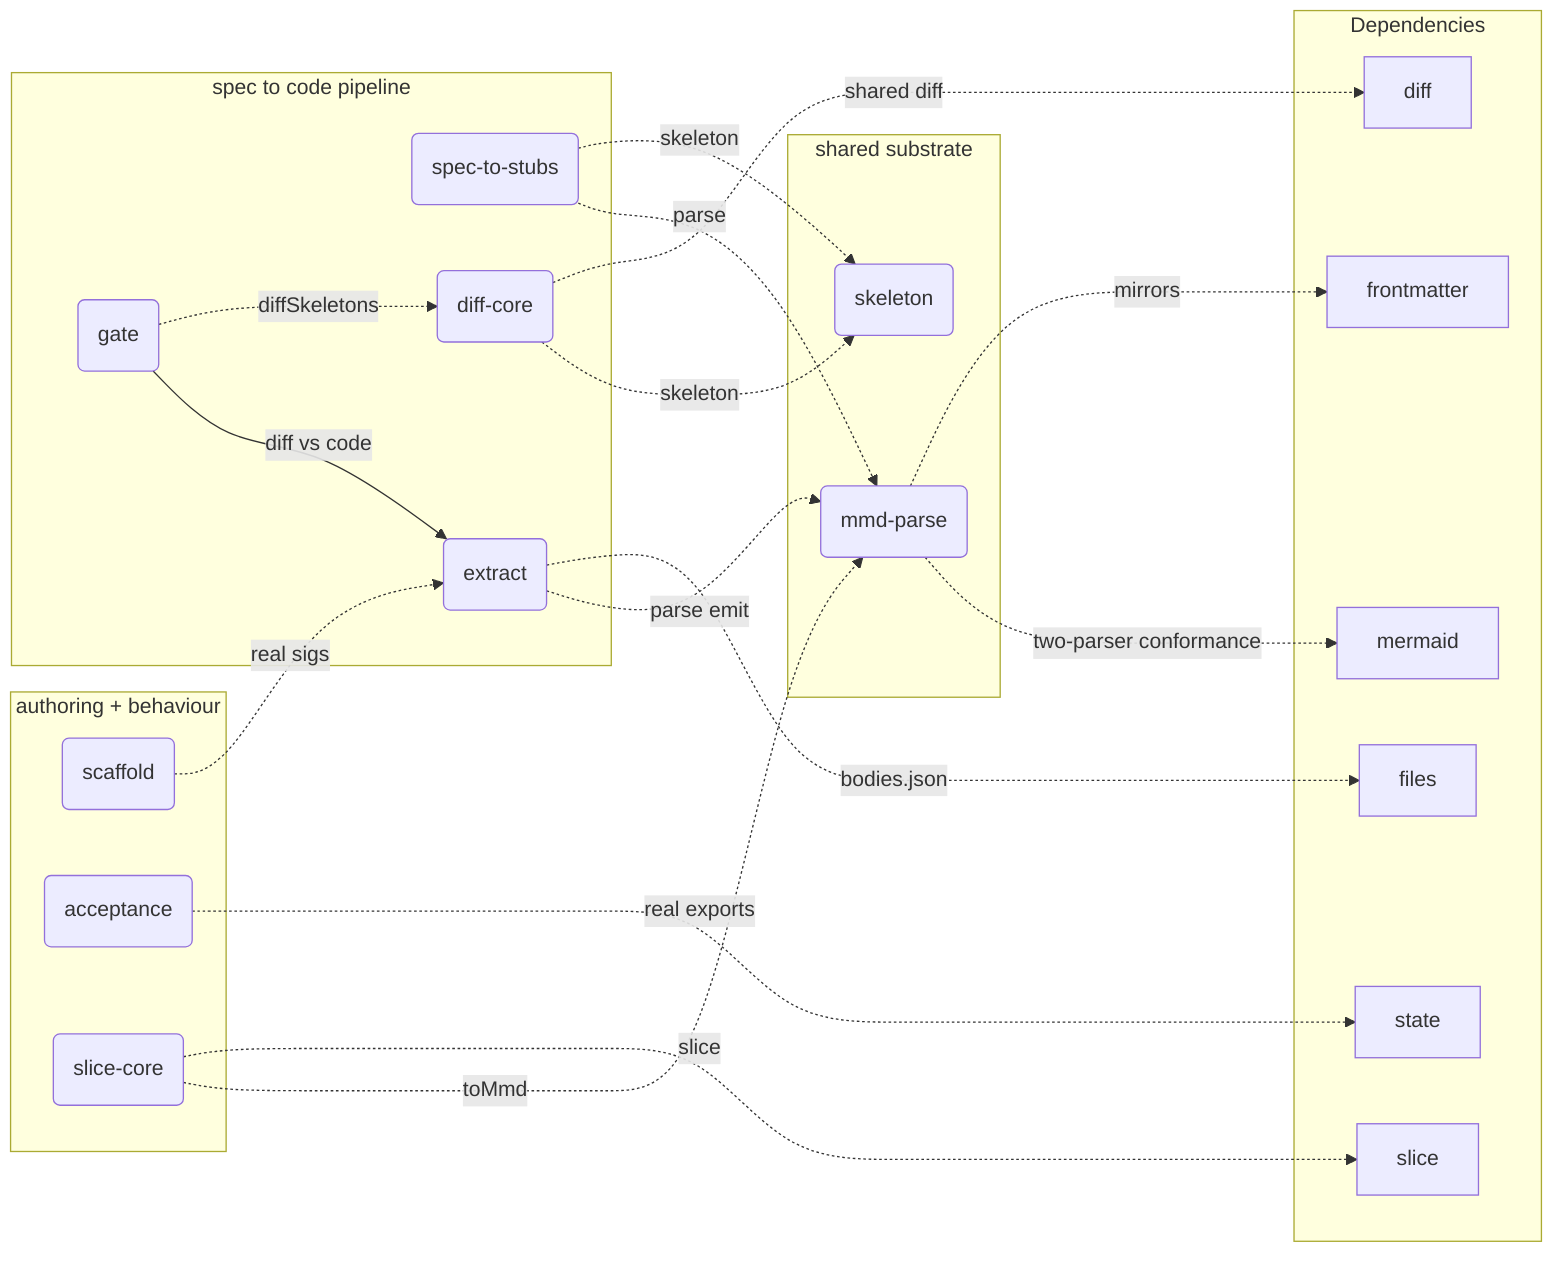
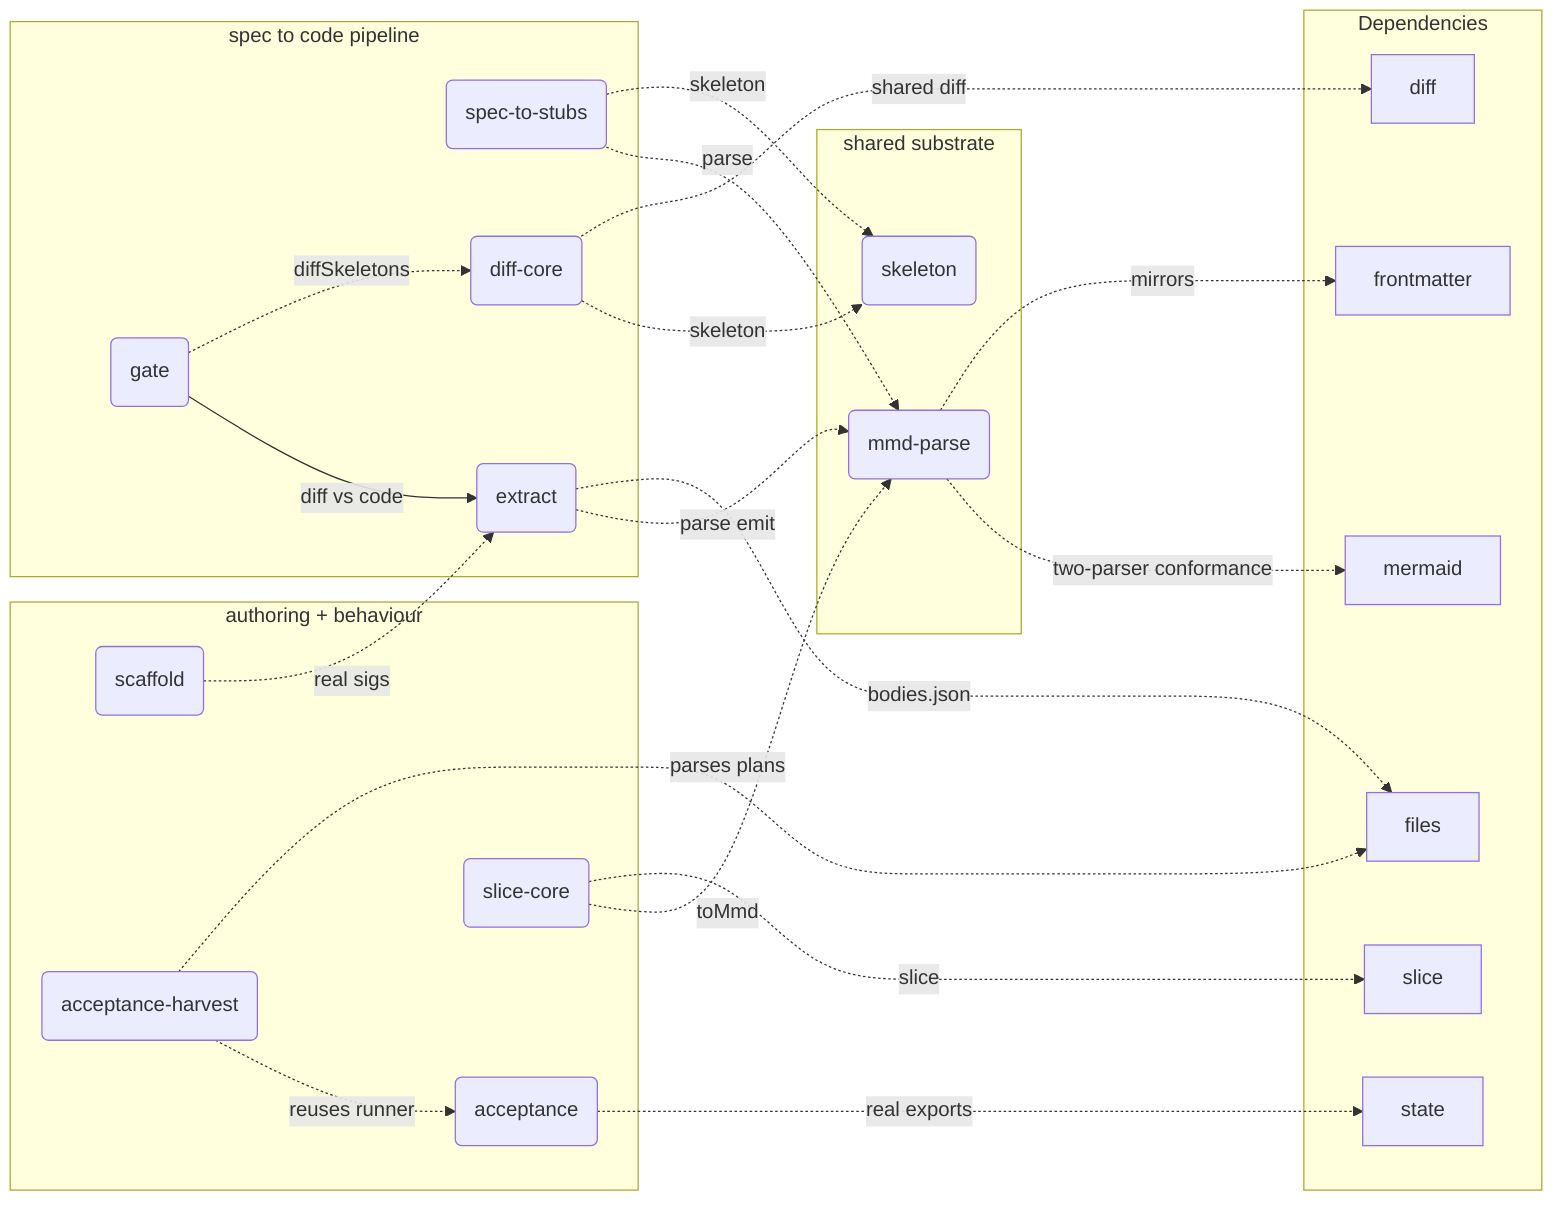
flowchart LR
%% root novakaiBuildspec

%% src mmdParse tools/buildspec/core/mmd-parse.mjs#parseMmd
%% kind mmdParse module
%% fm:meta mmdParse name=mmd-parse
%% fm:meta mmdParse desc=zero-dep parser and serializer for the .mmd dialect every tool imports

%% src skeleton tools/buildspec/core/skeleton.mjs#specSkeleton
%% kind skeleton module
%% fm:meta skeleton name=skeleton
%% fm:meta skeleton desc=canonical contract skeleton of a node plus all type normalization

%% src specToStubs tools/buildspec/pipeline/spec-to-stubs.mjs#generate
%% kind specToStubs service
%% fm:meta specToStubs name=spec-to-stubs
%% fm:meta specToStubs desc=step 1 emit TS stubs and contracts so interface drift becomes a tsc error

%% src extract tools/buildspec/pipeline/extract.mjs#extract
%% kind extract service
%% fm:meta extract name=extract
%% fm:meta extract desc=step 2 ts-morph walks src and re-serializes real code into a map plus bodies.json

%% src diffCore tools/buildspec/core/diff-core.mjs#diffSkeletons
%% kind diffCore module
%% fm:meta diffCore name=diff-core
%% fm:meta diffCore desc=pure structural diff between two skeleton maps categorizing every mismatch

%% src gate tools/buildspec/pipeline/gate.mjs
%% kind gate service
%% fm:meta gate name=gate
%% fm:meta gate desc=step 3 diff committed spec against extracted code and exit non-zero on drift

%% src scaffold tools/buildspec/scaffold/scaffold.mjs#addFromPlan
%% kind scaffold service
%% fm:meta scaffold name=scaffold
%% fm:meta scaffold desc=author aid init backfill signatures and append plan nodes to fragments

%% src acceptance tools/buildspec/acceptance/acceptance.mjs#runAcceptance
%% kind acceptance service
%% fm:meta acceptance name=acceptance
%% fm:meta acceptance desc=Keystone 2 run behavioural cases against real src exports to prove correctness

+ %% src acceptanceHarvest tools/buildspec/acceptance/harvest-corpus.mjs#harvest
+ %% kind acceptanceHarvest service
+ %% fm:meta acceptanceHarvest name=acceptance-harvest
+ %% fm:meta acceptanceHarvest desc=J1 append-only corpus harvesting completed plans' acceptance cases into a durable behavioural regression net
+ 
%% src sliceCore tools/buildspec/core/slice-core.mjs#sliceModel
%% kind sliceCore module
%% fm:meta sliceCore name=slice-core
%% fm:meta sliceCore desc=pure model slicer reducing a parsed map to a seed node neighbourhood

%% parent bs_substrate novakaiBuildspec
%% parent bs_pipeline novakaiBuildspec
%% parent bs_aids novakaiBuildspec

  subgraph bs_substrate ["shared substrate"]
    mmdParse("mmd-parse")
    skeleton("skeleton")
  end

  subgraph bs_pipeline ["spec to code pipeline"]
    specToStubs("spec-to-stubs")
    extract("extract")
    gate("gate")
    diffCore("diff-core")
  end

  subgraph bs_aids ["authoring + behaviour"]
    scaffold("scaffold")
    acceptance("acceptance")
+     acceptanceHarvest("acceptance-harvest")
    sliceCore("slice-core")
  end

  subgraph Deps ["Dependencies"]
    mermaid["mermaid"]
    frontmatter["frontmatter"]
    files["files"]
    state["state"]
    diff["diff"]
    slice["slice"]
  end

  gate -->|diff vs code| extract
  gate -.->|diffSkeletons| diffCore
  diffCore -.->|skeleton| skeleton
  extract -.->|parse emit| mmdParse
  specToStubs -.->|parse| mmdParse
  specToStubs -.->|skeleton| skeleton
  scaffold -.->|real sigs| extract
  sliceCore -.->|toMmd| mmdParse
  mmdParse -.->|two-parser conformance| mermaid
  mmdParse -.->|mirrors| frontmatter
  extract -.->|bodies.json| files
  acceptance -.->|real exports| state
+   acceptanceHarvest -.->|reuses runner| acceptance
+   acceptanceHarvest -.->|parses plans| files
  diffCore -.->|shared diff| diff
  sliceCore -.->|slice| slice
